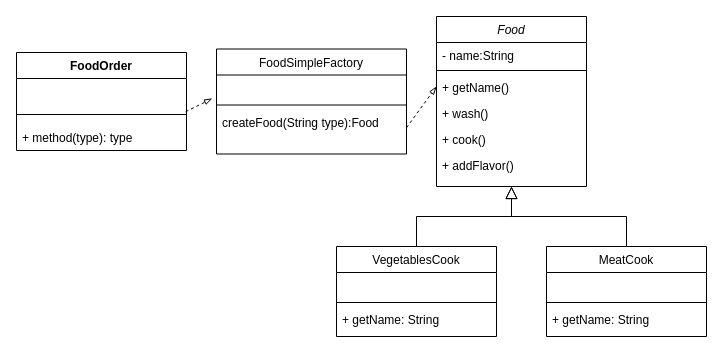
Before: pattern_design.drawio in choustark/j_pattern, a draw.io diagram. Source tidied: cells renumbered, new cells numbered last; positions are measured from the earlier drawing's top-left corner, leaving out a move shared by most shapes. Both pictures are drawn from the tidied source at 100%, with x=0, y=0 at pixel (16, 16).
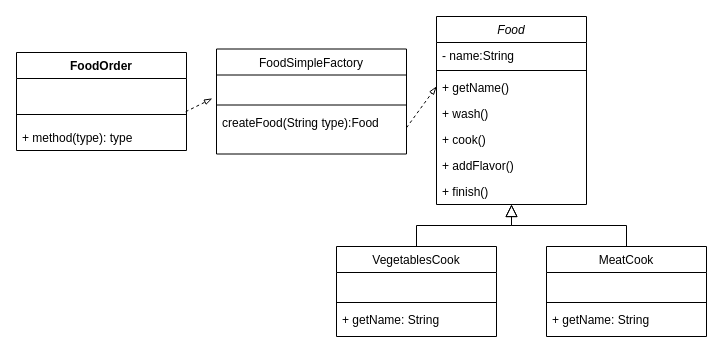
After the change.

Diff of the diagram source:
```diff
@@
     <mxCell id="2" value="Food" style="swimlane;fontStyle=2;align=center;verticalAlign=top;horizontal=1;startSize=26;rounded=0;shadow=0;strokeWidth=1;" parent="1" vertex="1">
-      <mxGeometry x="420" width="150" height="170" as="geometry" />
+      <mxGeometry x="420" width="150" height="188" as="geometry" />
     </mxCell>
@@
+    <mxCell id="29" value="+ finish()" style="text;align=left;verticalAlign=top;spacingLeft=4;spacingRight=4;overflow=hidden;rounded=0;shadow=0;html=0;" parent="2" vertex="1">
+      <mxGeometry y="162" width="150" height="26" as="geometry" />
+    </mxCell>
```
